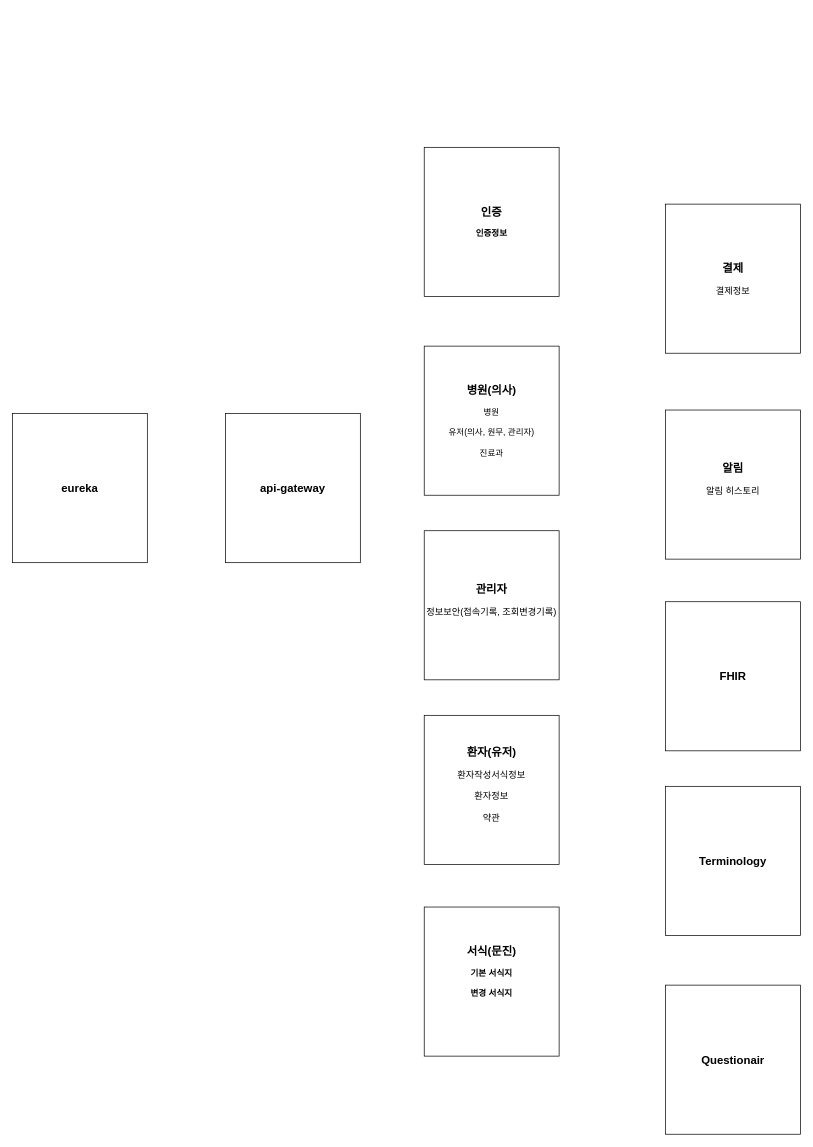
The draw.io diagram src/main/제목 없는 다이어그램.drawio in himina1227/async, before the edit. Source tidied: cells renumbered, new cells numbered last; positions are measured from the earlier drawing's top-left corner, leaving out a move shared by most shapes. Both pictures are drawn from the tidied source at 71%, with x=0, y=0 at pixel (12, 147).
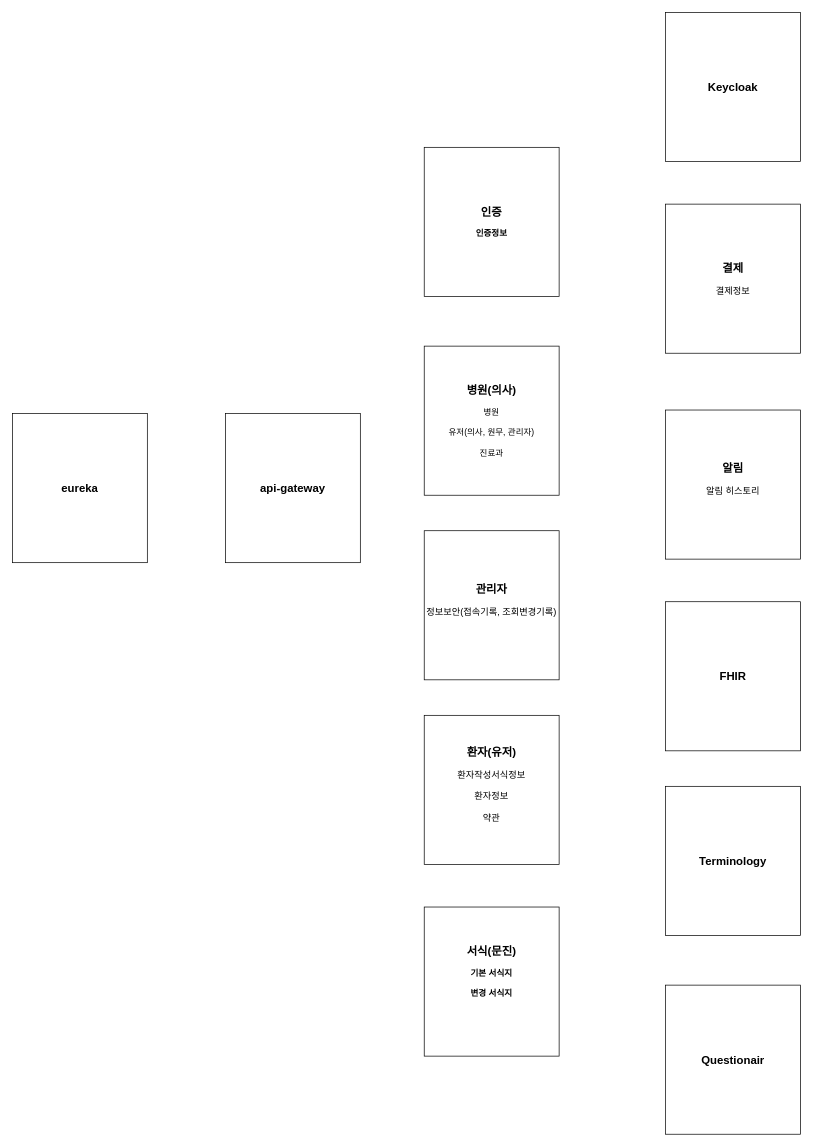
The same diagram, later.

Commit message:
제목 없는 다이어그램.drawio 업데이트

What changed in the source:
```diff
@@
 <mxGraphModel>
   <root>
     <mxCell id="0" />
     <mxCell id="1" parent="0" />
     <mxCell id="2" value="&lt;b style=&quot;font-size: 16px;&quot;&gt;병원(의사)&lt;br&gt;&lt;/b&gt;&lt;br&gt;병원&lt;br&gt;&lt;br&gt;유저(의사, 원무, 관리자)&lt;br&gt;&lt;br&gt;진료과" style="rounded=0;whiteSpace=wrap;html=1;" parent="1" vertex="1">
       <mxGeometry x="580" y="280" width="190" height="210" as="geometry" />
     </mxCell>
     <mxCell id="3" value="&lt;font style=&quot;&quot;&gt;&lt;b style=&quot;&quot;&gt;&lt;font style=&quot;font-size: 16px;&quot;&gt;환자(유저)&lt;/font&gt;&lt;/b&gt;&lt;br&gt;&lt;br&gt;&lt;span style=&quot;font-size: 13px;&quot;&gt;환자작성서식정보&lt;/span&gt;&lt;br&gt;&lt;br&gt;&lt;span style=&quot;font-size: 13px;&quot;&gt;환자정보&lt;br&gt;&lt;br&gt;약관&lt;br&gt;&lt;/span&gt;&lt;br&gt;&lt;/font&gt;" style="rounded=0;whiteSpace=wrap;html=1;" parent="1" vertex="1">
       <mxGeometry x="580" y="800" width="190" height="210" as="geometry" />
     </mxCell>
     <mxCell id="4" value="&lt;span style=&quot;font-size: 16px;&quot;&gt;&lt;b&gt;관리자&lt;/b&gt;&lt;/span&gt;&lt;br&gt;&lt;br&gt;&lt;font style=&quot;font-size: 13px;&quot;&gt;정보보안(접속기록, 조회변경기록)&lt;br&gt;&lt;br&gt;&lt;/font&gt;" style="rounded=0;whiteSpace=wrap;html=1;" parent="1" vertex="1">
       <mxGeometry x="580" y="540" width="190" height="210" as="geometry" />
     </mxCell>
     <mxCell id="5" value="&lt;span style=&quot;&quot;&gt;&lt;b&gt;&lt;font style=&quot;font-size: 16px;&quot;&gt;서식(문진)&lt;/font&gt;&lt;br&gt;&lt;br&gt;기본 서식지&lt;br&gt;&lt;br&gt;변경 서식지&lt;br&gt;&lt;br&gt;&lt;br&gt;&lt;/b&gt;&lt;/span&gt;" style="rounded=0;whiteSpace=wrap;html=1;" parent="1" vertex="1">
       <mxGeometry x="580" y="1070" width="190" height="210" as="geometry" />
     </mxCell>
     <mxCell id="6" value="&lt;span style=&quot;font-size: 16px;&quot;&gt;&lt;b&gt;알림&lt;/b&gt;&lt;/span&gt;&lt;br&gt;&lt;br&gt;&lt;font style=&quot;font-size: 13px;&quot;&gt;알림 히스토리&lt;br&gt;&lt;br&gt;&lt;/font&gt;" style="rounded=0;whiteSpace=wrap;html=1;" parent="1" vertex="1">
       <mxGeometry x="920" y="370" width="190" height="210" as="geometry" />
     </mxCell>
     <mxCell id="7" value="&lt;span style=&quot;font-size: 16px;&quot;&gt;&lt;b&gt;결제&lt;/b&gt;&lt;/span&gt;&lt;br&gt;&lt;br&gt;&lt;font style=&quot;font-size: 13px;&quot;&gt;결제정보&lt;br&gt;&lt;/font&gt;" style="rounded=0;whiteSpace=wrap;html=1;" parent="1" vertex="1">
       <mxGeometry x="920" y="80" width="190" height="210" as="geometry" />
     </mxCell>
     <mxCell id="8" value="&lt;span style=&quot;&quot;&gt;&lt;b&gt;&lt;span style=&quot;font-size: 16px;&quot;&gt;인증&lt;br&gt;&lt;/span&gt;&lt;br&gt;인증정보&lt;br&gt;&lt;/b&gt;&lt;/span&gt;" style="rounded=0;whiteSpace=wrap;html=1;" parent="1" vertex="1">
       <mxGeometry x="580" width="190" height="210" as="geometry" />
     </mxCell>
     <mxCell id="9" value="&lt;span style=&quot;&quot;&gt;&lt;b&gt;&lt;span style=&quot;font-size: 16px;&quot;&gt;api-gateway&lt;/span&gt;&lt;br&gt;&lt;/b&gt;&lt;/span&gt;" style="rounded=0;whiteSpace=wrap;html=1;" parent="1" vertex="1">
       <mxGeometry x="300" y="375" width="190" height="210" as="geometry" />
     </mxCell>
     <mxCell id="10" value="&lt;span style=&quot;&quot;&gt;&lt;b&gt;&lt;span style=&quot;font-size: 16px;&quot;&gt;eureka&lt;/span&gt;&lt;br&gt;&lt;/b&gt;&lt;/span&gt;" style="rounded=0;whiteSpace=wrap;html=1;" parent="1" vertex="1">
       <mxGeometry y="375" width="190" height="210" as="geometry" />
     </mxCell>
     <mxCell id="11" value="&lt;font style=&quot;&quot;&gt;&lt;span style=&quot;font-size: 16px;&quot;&gt;&lt;b&gt;FHIR&lt;/b&gt;&lt;/span&gt;&lt;br&gt;&lt;/font&gt;" style="rounded=0;whiteSpace=wrap;html=1;" parent="1" vertex="1">
       <mxGeometry x="920" y="640" width="190" height="210" as="geometry" />
     </mxCell>
     <mxCell id="12" value="&lt;font style=&quot;&quot;&gt;&lt;span style=&quot;font-size: 16px;&quot;&gt;&lt;b&gt;Terminology&lt;/b&gt;&lt;/span&gt;&lt;br&gt;&lt;/font&gt;" style="rounded=0;whiteSpace=wrap;html=1;" parent="1" vertex="1">
       <mxGeometry x="920" y="900" width="190" height="210" as="geometry" />
     </mxCell>
     <mxCell id="13" value="&lt;font style=&quot;&quot;&gt;&lt;span style=&quot;font-size: 16px;&quot;&gt;&lt;b&gt;Questionair&lt;/b&gt;&lt;/span&gt;&lt;br&gt;&lt;/font&gt;" style="rounded=0;whiteSpace=wrap;html=1;" parent="1" vertex="1">
       <mxGeometry x="920" y="1180" width="190" height="210" as="geometry" />
     </mxCell>
+    <mxCell id="14" value="&lt;font style=&quot;&quot;&gt;&lt;span style=&quot;font-size: 16px;&quot;&gt;&lt;b&gt;Keycloak&lt;/b&gt;&lt;/span&gt;&lt;br&gt;&lt;/font&gt;" style="rounded=0;whiteSpace=wrap;html=1;" parent="1" vertex="1">
+      <mxGeometry x="920" y="-190" width="190" height="210" as="geometry" />
+    </mxCell>
   </root>
 </mxGraphModel>
```
